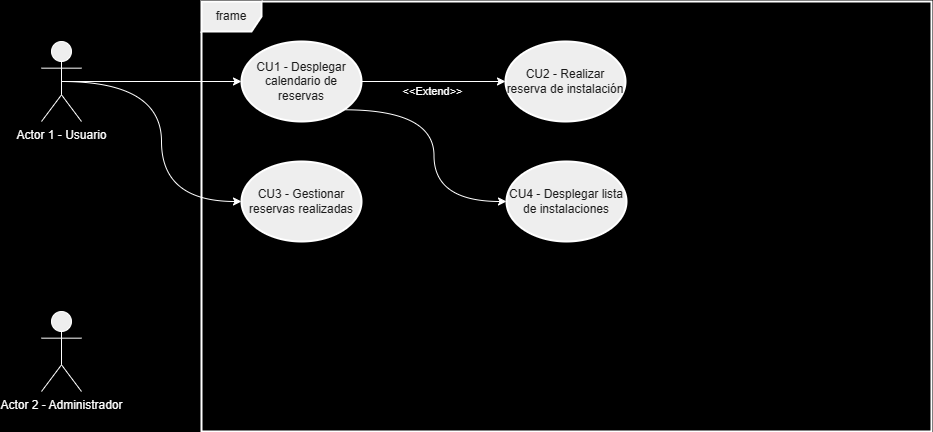
Earlier version of the draw.io export doc/UseCase.png (333-333-333/public-static-void-main-string-args). Source tidied: cells renumbered, new cells last; positions are measured from the earlier drawing's top-left corner, leaving out a move shared by most shapes.
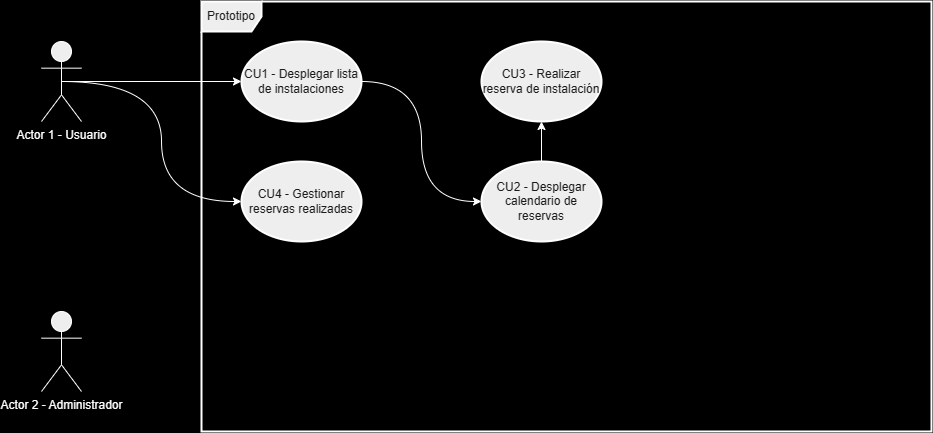
Later version of the same file.

The edit, as a diff of the source:
```diff
@@ -2,16 +2,11 @@
   <root>
     <mxCell id="0" />
     <mxCell id="1" parent="0" />
-    <mxCell id="2" style="edgeStyle=orthogonalEdgeStyle;rounded=0;jettySize=auto;html=1;exitX=0.5;exitY=0.5;exitDx=0;exitDy=0;exitPerimeter=0;labelBackgroundColor=none;fontColor=default;strokeColor=#FFFFFF;" parent="1" edge="1" source="4" target="10">
-      <mxGeometry relative="1" as="geometry" />
-    </mxCell>
+    <mxCell id="14" style="edgeStyle=orthogonalEdgeStyle;jettySize=auto;html=1;exitX=0.5;exitY=0.5;exitDx=0;exitDy=0;exitPerimeter=0;strokeColor=#FFFFFF;curved=1;" parent="1" edge="1" source="4" target="13">
+      <mxGeometry relative="1" as="geometry" />
+    </mxCell>
-    <mxCell id="3" style="edgeStyle=orthogonalEdgeStyle;jettySize=auto;html=1;exitX=0.5;exitY=0.5;exitDx=0;exitDy=0;exitPerimeter=0;entryX=0;entryY=0.5;entryDx=0;entryDy=0;strokeColor=#FFFFFF;fontColor=#FFFFFF;curved=1;" parent="1" edge="1" source="4" target="12">
-      <mxGeometry relative="1" as="geometry">
-        <Array as="points">
-          <mxPoint x="120" y="80" />
-          <mxPoint x="120" y="200" />
-        </Array>
-      </mxGeometry>
+    <mxCell id="3" style="edgeStyle=orthogonalEdgeStyle;shape=connector;curved=1;rounded=1;jettySize=auto;html=1;exitX=0.5;exitY=0.5;exitDx=0;exitDy=0;exitPerimeter=0;entryX=0;entryY=0.5;entryDx=0;entryDy=0;labelBackgroundColor=default;strokeColor=#FFFFFF;align=center;verticalAlign=middle;fontFamily=Helvetica;fontSize=11;fontColor=default;endArrow=classic;" parent="1" edge="1" source="4" target="12">
+      <mxGeometry relative="1" as="geometry" />
     </mxCell>
     <mxCell id="4" value="&lt;font color=&quot;#ffffff&quot;&gt;Actor 1 - Usuario&lt;/font&gt;" style="shape=umlActor;verticalLabelPosition=bottom;verticalAlign=top;html=1;outlineConnect=0;labelBackgroundColor=none;rounded=0;fillColor=#EEEEEE;strokeColor=#FFFFFF;fontColor=#1A1A1A;" parent="1" vertex="1">
       <mxGeometry y="40" width="40" height="80" as="geometry" />
@@ -19,31 +14,26 @@
     <mxCell id="5" value="&lt;font color=&quot;#ffffff&quot;&gt;Actor 2 - Administrador&lt;/font&gt;" style="shape=umlActor;verticalLabelPosition=bottom;verticalAlign=top;html=1;labelBackgroundColor=none;rounded=0;fillColor=#EEEEEE;strokeColor=#FFFFFF;fontColor=#1A1A1A;" parent="1" vertex="1">
       <mxGeometry y="310" width="40" height="80" as="geometry" />
     </mxCell>
-    <mxCell id="6" value="frame" style="shape=umlFrame;whiteSpace=wrap;html=1;strokeWidth=2;labelBackgroundColor=none;rounded=0;fillColor=#EEEEEE;strokeColor=#FFFFFF;fontColor=#1A1A1A;" parent="1" vertex="1">
+    <mxCell id="6" value="Prototipo" style="shape=umlFrame;whiteSpace=wrap;html=1;strokeWidth=2;labelBackgroundColor=none;rounded=0;fillColor=#EEEEEE;strokeColor=#FFFFFF;fontColor=#1A1A1A;" parent="1" vertex="1">
       <mxGeometry x="160" width="730" height="430" as="geometry" />
     </mxCell>
-    <mxCell id="7" style="edgeStyle=orthogonalEdgeStyle;rounded=0;jettySize=auto;html=1;exitX=1;exitY=0.5;exitDx=0;exitDy=0;entryX=0;entryY=0.5;entryDx=0;entryDy=0;labelBackgroundColor=none;fontColor=default;strokeColor=#FFFFFF;" parent="1" edge="1" source="10" target="11">
+    <mxCell id="7" style="edgeStyle=orthogonalEdgeStyle;shape=connector;curved=1;rounded=1;jettySize=auto;html=1;exitX=0.5;exitY=0;exitDx=0;exitDy=0;entryX=0.5;entryY=1;entryDx=0;entryDy=0;labelBackgroundColor=default;strokeColor=#FFFFFF;align=center;verticalAlign=middle;fontFamily=Helvetica;fontSize=11;fontColor=default;endArrow=classic;" parent="1" edge="1" source="10" target="11">
       <mxGeometry relative="1" as="geometry" />
     </mxCell>
-    <mxCell id="8" value="&lt;font color=&quot;#ffffff&quot;&gt;&amp;lt;&amp;lt;Extend&amp;gt;&amp;gt;&lt;/font&gt;" style="edgeLabel;html=1;align=center;verticalAlign=middle;labelBackgroundColor=none;fontColor=#1A1A1A;" parent="7" vertex="1">
-      <mxGeometry x="-0.25" y="-2" relative="1" as="geometry">
-        <mxPoint x="16" y="8" as="offset" />
-      </mxGeometry>
-    </mxCell>
-    <mxCell id="9" style="edgeStyle=orthogonalEdgeStyle;jettySize=auto;html=1;exitX=1;exitY=1;exitDx=0;exitDy=0;entryX=0;entryY=0.5;entryDx=0;entryDy=0;strokeColor=#FFFFFF;fontColor=#FFFFFF;curved=1;" parent="1" edge="1" source="10" target="13">
-      <mxGeometry relative="1" as="geometry" />
-    </mxCell>
-    <mxCell id="10" value="CU1 - Desplegar calendario de reservas" style="ellipse;whiteSpace=wrap;html=1;labelBackgroundColor=none;strokeWidth=2;fillColor=#EEEEEE;strokeColor=#FFFFFF;fontColor=#1A1A1A;" parent="1" vertex="1">
-      <mxGeometry x="200" y="40" width="120" height="80" as="geometry" />
+    <mxCell id="10" value="CU2&amp;nbsp;- Desplegar calendario de reservas" style="ellipse;whiteSpace=wrap;html=1;labelBackgroundColor=none;strokeWidth=2;fillColor=#EEEEEE;strokeColor=#FFFFFF;fontColor=#1A1A1A;" parent="1" vertex="1">
+      <mxGeometry x="440" y="160" width="120" height="80" as="geometry" />
     </mxCell>
-    <mxCell id="11" value="CU2 - Realizar reserva de instalación" style="ellipse;whiteSpace=wrap;html=1;labelBackgroundColor=none;strokeWidth=2;fillColor=#EEEEEE;strokeColor=#FFFFFF;fontColor=#1A1A1A;" parent="1" vertex="1">
-      <mxGeometry x="464" y="40" width="120" height="80" as="geometry" />
+    <mxCell id="11" value="CU3 - Realizar reserva de instalación" style="ellipse;whiteSpace=wrap;html=1;labelBackgroundColor=none;strokeWidth=2;fillColor=#EEEEEE;strokeColor=#FFFFFF;fontColor=#1A1A1A;" parent="1" vertex="1">
+      <mxGeometry x="440" y="40" width="120" height="80" as="geometry" />
     </mxCell>
-    <mxCell id="12" value="CU3&amp;nbsp;- Gestionar reservas realizadas" style="ellipse;whiteSpace=wrap;html=1;labelBackgroundColor=none;strokeWidth=2;fillColor=#EEEEEE;strokeColor=#FFFFFF;fontColor=#1A1A1A;" parent="1" vertex="1">
+    <mxCell id="12" value="CU4&amp;nbsp;- Gestionar reservas realizadas" style="ellipse;whiteSpace=wrap;html=1;labelBackgroundColor=none;strokeWidth=2;fillColor=#EEEEEE;strokeColor=#FFFFFF;fontColor=#1A1A1A;" parent="1" vertex="1">
       <mxGeometry x="200" y="160" width="120" height="80" as="geometry" />
     </mxCell>
+    <mxCell id="15" style="edgeStyle=orthogonalEdgeStyle;shape=connector;curved=1;rounded=1;jettySize=auto;html=1;exitX=1;exitY=0.5;exitDx=0;exitDy=0;entryX=0;entryY=0.5;entryDx=0;entryDy=0;labelBackgroundColor=default;strokeColor=#FFFFFF;align=center;verticalAlign=middle;fontFamily=Helvetica;fontSize=11;fontColor=default;endArrow=classic;" parent="1" edge="1" source="13" target="10">
+      <mxGeometry relative="1" as="geometry" />
+    </mxCell>
-    <mxCell id="13" value="CU4 - Desplegar lista de instalaciones" style="ellipse;whiteSpace=wrap;html=1;labelBackgroundColor=none;strokeWidth=2;fillColor=#EEEEEE;strokeColor=#FFFFFF;fontColor=#1A1A1A;" parent="1" vertex="1">
-      <mxGeometry x="465" y="160" width="120" height="80" as="geometry" />
+    <mxCell id="13" value="CU1 - Desplegar lista de instalaciones" style="ellipse;whiteSpace=wrap;html=1;labelBackgroundColor=none;strokeWidth=2;fillColor=#EEEEEE;strokeColor=#FFFFFF;fontColor=#1A1A1A;" parent="1" vertex="1">
+      <mxGeometry x="200" y="40" width="120" height="80" as="geometry" />
     </mxCell>
   </root>
 </mxGraphModel>
```
